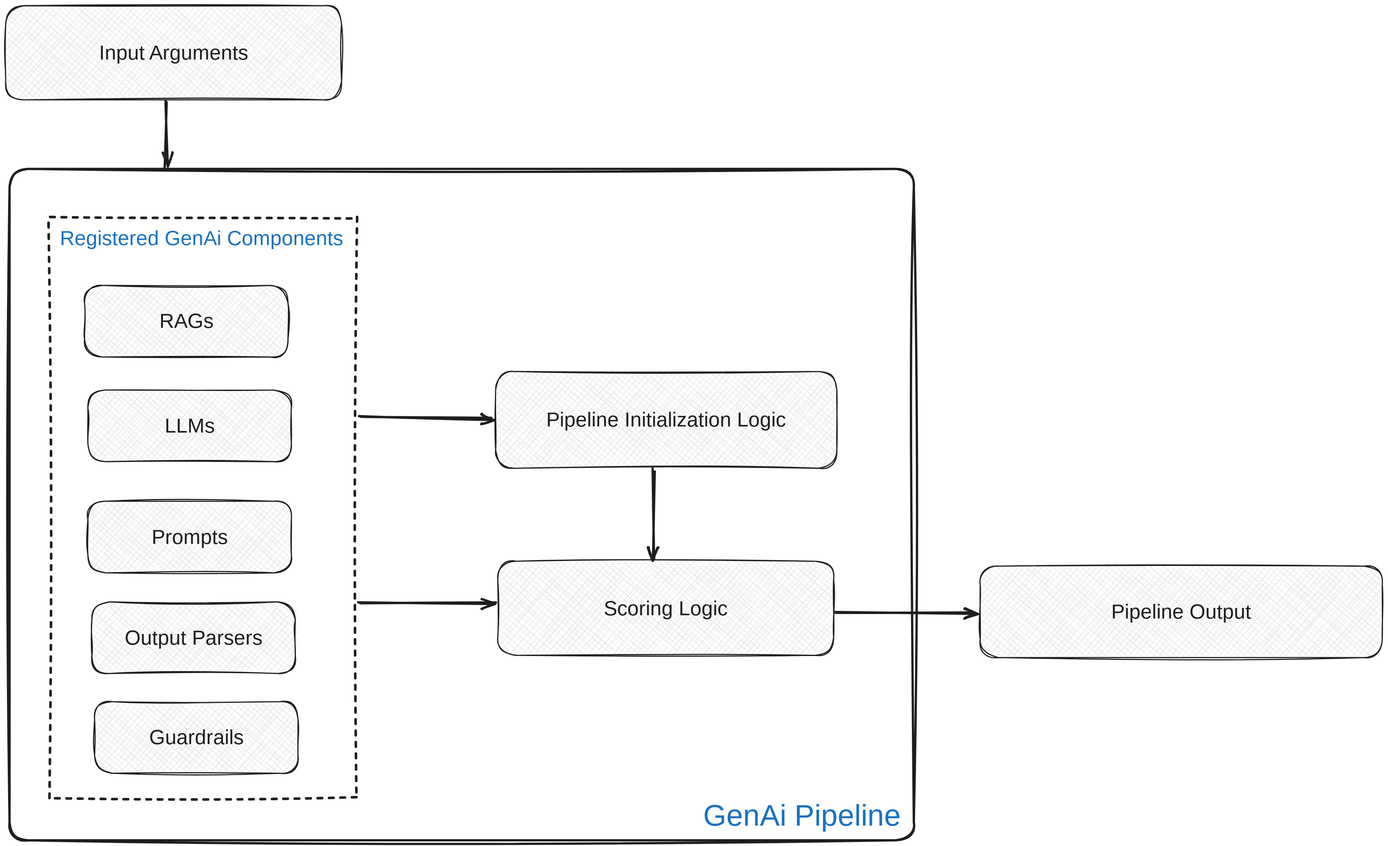
corridor/ggx-docs keeps this Excalidraw diagram as docs/register-and-refine/inventory-management/pipelines/pipeline-concept.excalidraw.svg. Above is the earlier version. Source tidied: one line per element, renumbered; positions are measured from the earlier drawing's top-left corner, leaving out a move shared by most shapes. Its diagram source:
```json
{"id": 0, "type": "rectangle", "strokeColor": "#1e1e1e", "backgroundColor": "#e9ecef", "fillStyle": "cross-hatch", "strokeWidth": 2, "roughness": 2, "round": true, "x": 138, "y": 490, "width": 356, "height": 125}
{"id": 1, "type": "text", "text": "RAGs", "strokeColor": "#1e1e1e", "backgroundColor": "#ffc9c9", "fillStyle": "solid", "strokeWidth": 2, "roughness": 2, "fontSize": 36, "fontFamily": 6, "textAlign": "center", "verticalAlign": "middle", "inside": 0, "x": 270, "y": 528, "width": 93, "height": 49}
{"id": 2, "type": "rectangle", "strokeColor": "#1e1e1e", "backgroundColor": "#e9ecef", "fillStyle": "cross-hatch", "strokeWidth": 2, "roughness": 2, "round": true, "x": 144, "y": 673, "width": 356, "height": 125}
{"id": 3, "type": "text", "text": "LLMs", "strokeColor": "#1e1e1e", "backgroundColor": "#ffc9c9", "fillStyle": "solid", "strokeWidth": 2, "roughness": 2, "fontSize": 36, "fontFamily": 6, "textAlign": "center", "verticalAlign": "middle", "inside": 2, "x": 278, "y": 712, "width": 88, "height": 49}
{"id": 4, "type": "rectangle", "strokeColor": "#1e1e1e", "backgroundColor": "#e9ecef", "fillStyle": "cross-hatch", "strokeWidth": 2, "roughness": 2, "round": true, "x": 144, "y": 868, "width": 356, "height": 125}
{"id": 5, "type": "text", "text": "Prompts", "strokeColor": "#1e1e1e", "backgroundColor": "#ffc9c9", "fillStyle": "solid", "strokeWidth": 2, "roughness": 2, "fontSize": 36, "fontFamily": 6, "textAlign": "center", "verticalAlign": "middle", "inside": 4, "x": 253, "y": 907, "width": 138, "height": 49}
{"id": 6, "type": "rectangle", "strokeColor": "#1e1e1e", "backgroundColor": "#e9ecef", "fillStyle": "cross-hatch", "strokeWidth": 2, "roughness": 2, "round": true, "x": 859, "y": 641, "width": 598, "height": 170}
{"id": 7, "type": "text", "text": "Pipeline Initialization Logic", "strokeColor": "#1e1e1e", "backgroundColor": "#ffc9c9", "fillStyle": "solid", "strokeWidth": 2, "roughness": 2, "fontSize": 36, "fontFamily": 6, "textAlign": "center", "verticalAlign": "middle", "inside": 6, "x": 941, "y": 701, "width": 433, "height": 49}
{"id": 8, "type": "rectangle", "strokeColor": "#1e1e1e", "backgroundColor": "#e9ecef", "fillStyle": "cross-hatch", "strokeWidth": 2, "roughness": 2, "round": true, "x": 862, "y": 973, "width": 589, "height": 165}
{"id": 9, "type": "text", "text": "Scoring Logic", "strokeColor": "#1e1e1e", "backgroundColor": "#ffc9c9", "fillStyle": "solid", "strokeWidth": 2, "roughness": 2, "fontSize": 36, "fontFamily": 6, "textAlign": "center", "verticalAlign": "middle", "inside": 8, "x": 1048, "y": 1031, "width": 218, "height": 49}
{"id": 10, "type": "rectangle", "strokeColor": "#1e1e1e", "backgroundColor": "#e9ecef", "fillStyle": "cross-hatch", "strokeWidth": 2, "roughness": 2, "round": true, "x": 1708, "y": 982, "width": 705, "height": 160}
{"id": 11, "type": "text", "text": "Pipeline Output", "strokeColor": "#1e1e1e", "backgroundColor": "#ffc9c9", "fillStyle": "solid", "strokeWidth": 2, "roughness": 2, "fontSize": 36, "fontFamily": 6, "textAlign": "center", "verticalAlign": "middle", "inside": 10, "x": 1936, "y": 1038, "width": 249, "height": 49}
{"id": 12, "type": "rectangle", "strokeColor": "#1e1e1e", "backgroundColor": "#e9ecef", "fillStyle": "cross-hatch", "strokeWidth": 2, "roughness": 2, "round": true, "x": 151, "y": 1045, "width": 356, "height": 125}
{"id": 13, "type": "text", "text": "Output Parsers", "strokeColor": "#1e1e1e", "backgroundColor": "#ffc9c9", "fillStyle": "solid", "strokeWidth": 2, "roughness": 2, "fontSize": 36, "fontFamily": 6, "textAlign": "center", "verticalAlign": "middle", "inside": 12, "x": 206, "y": 1083, "width": 246, "height": 49}
{"id": 14, "type": "rectangle", "strokeColor": "#1e1e1e", "backgroundColor": "#e9ecef", "fillStyle": "cross-hatch", "strokeWidth": 2, "roughness": 2, "round": true, "x": 156, "y": 1219, "width": 356, "height": 125}
{"id": 15, "type": "text", "text": "Guardrails", "strokeColor": "#1e1e1e", "backgroundColor": "#ffc9c9", "fillStyle": "solid", "strokeWidth": 2, "roughness": 2, "fontSize": 36, "fontFamily": 6, "textAlign": "center", "verticalAlign": "middle", "inside": 14, "x": 250, "y": 1258, "width": 169, "height": 49}
{"id": 16, "type": "rectangle", "strokeColor": "#1e1e1e", "strokeWidth": 4, "strokeStyle": "dashed", "roughness": 2, "x": 76, "y": 372, "width": 538, "height": 1016}
{"id": 17, "type": "text", "text": "Registered GenAi Components", "strokeColor": "#1971c2", "strokeWidth": 4, "roughness": 2, "fontSize": 36, "fontFamily": 6, "textAlign": "center", "x": 100, "y": 383, "width": 487, "height": 49}
{"id": 18, "type": "rectangle", "strokeColor": "#1e1e1e", "backgroundColor": "#e9ecef", "fillStyle": "cross-hatch", "strokeWidth": 2, "roughness": 2, "round": true, "x": 0, "y": 0, "width": 589, "height": 165}
{"id": 19, "type": "text", "text": "Input Arguments", "strokeColor": "#1e1e1e", "backgroundColor": "#ffc9c9", "fillStyle": "solid", "strokeWidth": 2, "roughness": 2, "fontSize": 36, "fontFamily": 6, "textAlign": "center", "verticalAlign": "middle", "inside": 18, "x": 156, "y": 58, "width": 276, "height": 49}
{"id": 20, "type": "rectangle", "strokeColor": "#1e1e1e", "strokeWidth": 4, "roughness": 2, "round": true, "x": 7, "y": 286, "width": 1585, "height": 1176}
{"id": 21, "type": "arrow", "strokeColor": "#1e1e1e", "strokeWidth": 4, "roughness": 2, "endArrowhead": "arrow", "round": true, "from": 8, "to": 10, "x": 1453, "y": 1062, "width": 247, "height": 3, "points": [[0, 0], [247, 3]]}
{"id": 22, "type": "arrow", "strokeColor": "#1e1e1e", "strokeWidth": 4, "roughness": 2, "endArrowhead": "arrow", "round": true, "from": 6, "to": 8, "x": 1136, "y": 812, "width": 0, "height": 160, "points": [[0, 0], [0, 160]]}
{"id": 23, "type": "arrow", "strokeColor": "#1e1e1e", "strokeWidth": 4, "roughness": 2, "endArrowhead": "arrow", "round": true, "from": 16, "to": 8, "x": 622, "y": 1045, "width": 237, "height": 1, "points": [[0, 0], [237, 1]]}
{"id": 24, "type": "text", "text": "  GenAi Pipeline ", "strokeColor": "#1971c2", "strokeWidth": 4, "roughness": 2, "fontSize": 51.91, "fontFamily": 6, "textAlign": "center", "x": 906, "y": 1384, "width": 965, "height": 70}
{"id": 25, "type": "arrow", "strokeColor": "#1e1e1e", "strokeWidth": 4, "roughness": 2, "endArrowhead": "arrow", "round": true, "from": 16, "to": 6, "x": 622, "y": 717, "width": 232, "height": 5, "points": [[0, 0], [232, 5]]}
{"id": 26, "type": "arrow", "strokeColor": "#1e1e1e", "strokeWidth": 4, "roughness": 2, "endArrowhead": "arrow", "round": true, "from": 18, "to": 20, "x": 279, "y": 168, "width": 1, "height": 115, "points": [[0, 0], [1, 115]]}
```
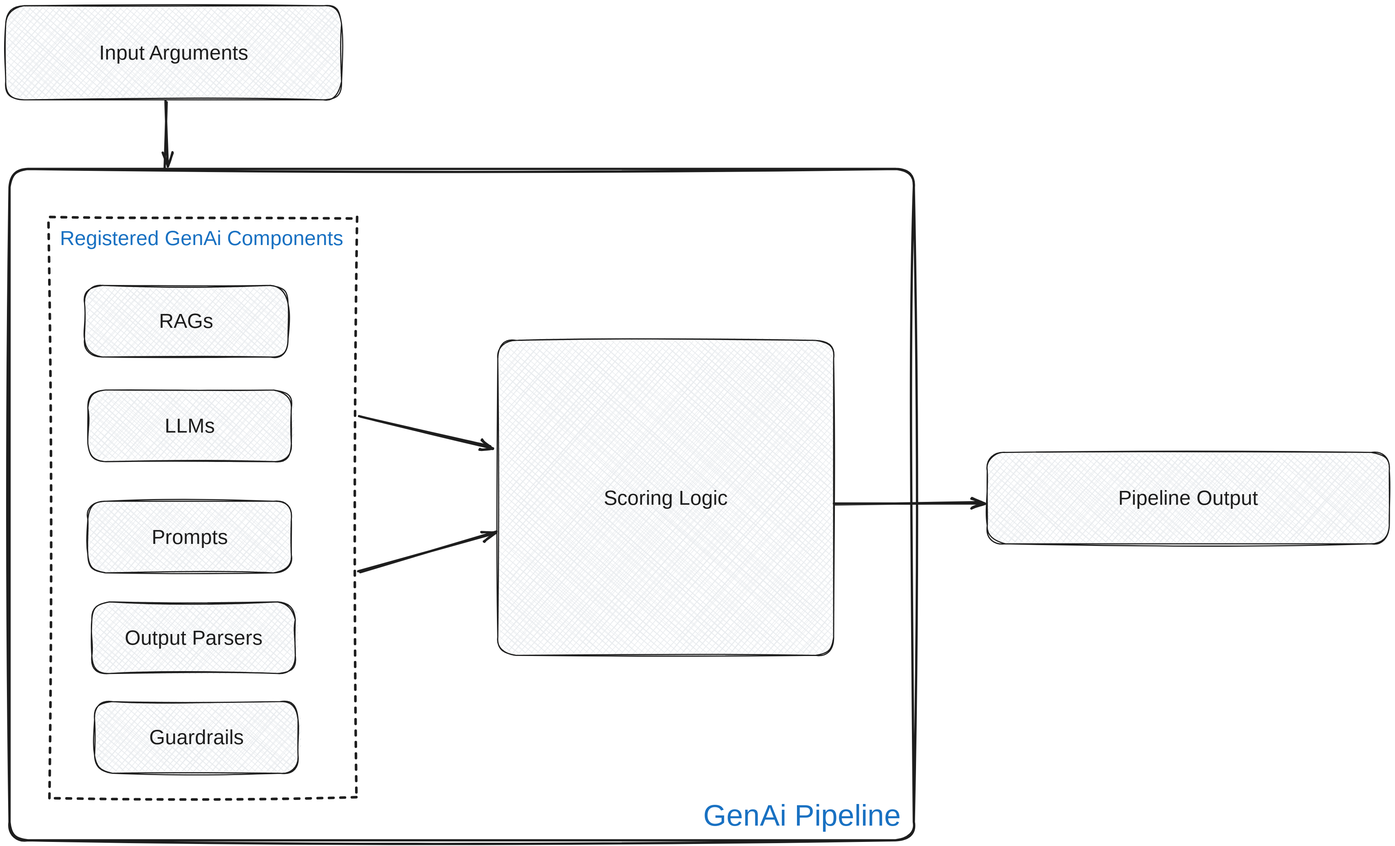
The same file after the commit.

The edit, as a diff of the source:
```diff
@@ -4,12 +4,10 @@
 {"id": 3, "type": "text", "text": "LLMs", "strokeColor": "#1e1e1e", "backgroundColor": "#ffc9c9", "fillStyle": "solid", "strokeWidth": 2, "roughness": 2, "fontSize": 36, "fontFamily": 6, "textAlign": "center", "verticalAlign": "middle", "inside": 2, "x": 278, "y": 712, "width": 88, "height": 49}
 {"id": 4, "type": "rectangle", "strokeColor": "#1e1e1e", "backgroundColor": "#e9ecef", "fillStyle": "cross-hatch", "strokeWidth": 2, "roughness": 2, "round": true, "x": 144, "y": 868, "width": 356, "height": 125}
 {"id": 5, "type": "text", "text": "Prompts", "strokeColor": "#1e1e1e", "backgroundColor": "#ffc9c9", "fillStyle": "solid", "strokeWidth": 2, "roughness": 2, "fontSize": 36, "fontFamily": 6, "textAlign": "center", "verticalAlign": "middle", "inside": 4, "x": 253, "y": 907, "width": 138, "height": 49}
-{"id": 6, "type": "rectangle", "strokeColor": "#1e1e1e", "backgroundColor": "#e9ecef", "fillStyle": "cross-hatch", "strokeWidth": 2, "roughness": 2, "round": true, "x": 859, "y": 641, "width": 598, "height": 170}
-{"id": 7, "type": "text", "text": "Pipeline Initialization Logic", "strokeColor": "#1e1e1e", "backgroundColor": "#ffc9c9", "fillStyle": "solid", "strokeWidth": 2, "roughness": 2, "fontSize": 36, "fontFamily": 6, "textAlign": "center", "verticalAlign": "middle", "inside": 6, "x": 941, "y": 701, "width": 433, "height": 49}
-{"id": 8, "type": "rectangle", "strokeColor": "#1e1e1e", "backgroundColor": "#e9ecef", "fillStyle": "cross-hatch", "strokeWidth": 2, "roughness": 2, "round": true, "x": 862, "y": 973, "width": 589, "height": 165}
+{"id": 8, "type": "rectangle", "strokeColor": "#1e1e1e", "backgroundColor": "#e9ecef", "fillStyle": "cross-hatch", "strokeWidth": 2, "roughness": 2, "round": true, "x": 862, "y": 586, "width": 589, "height": 552}
-{"id": 9, "type": "text", "text": "Scoring Logic", "strokeColor": "#1e1e1e", "backgroundColor": "#ffc9c9", "fillStyle": "solid", "strokeWidth": 2, "roughness": 2, "fontSize": 36, "fontFamily": 6, "textAlign": "center", "verticalAlign": "middle", "inside": 8, "x": 1048, "y": 1031, "width": 218, "height": 49}
+{"id": 9, "type": "text", "text": "Scoring Logic", "strokeColor": "#1e1e1e", "backgroundColor": "#ffc9c9", "fillStyle": "solid", "strokeWidth": 2, "roughness": 2, "fontSize": 36, "fontFamily": 6, "textAlign": "center", "verticalAlign": "middle", "inside": 8, "x": 1048, "y": 838, "width": 218, "height": 49}
-{"id": 10, "type": "rectangle", "strokeColor": "#1e1e1e", "backgroundColor": "#e9ecef", "fillStyle": "cross-hatch", "strokeWidth": 2, "roughness": 2, "round": true, "x": 1708, "y": 982, "width": 705, "height": 160}
+{"id": 10, "type": "rectangle", "strokeColor": "#1e1e1e", "backgroundColor": "#e9ecef", "fillStyle": "cross-hatch", "strokeWidth": 2, "roughness": 2, "round": true, "x": 1720, "y": 783, "width": 705, "height": 160}
-{"id": 11, "type": "text", "text": "Pipeline Output", "strokeColor": "#1e1e1e", "backgroundColor": "#ffc9c9", "fillStyle": "solid", "strokeWidth": 2, "roughness": 2, "fontSize": 36, "fontFamily": 6, "textAlign": "center", "verticalAlign": "middle", "inside": 10, "x": 1936, "y": 1038, "width": 249, "height": 49}
+{"id": 11, "type": "text", "text": "Pipeline Output", "strokeColor": "#1e1e1e", "backgroundColor": "#ffc9c9", "fillStyle": "solid", "strokeWidth": 2, "roughness": 2, "fontSize": 36, "fontFamily": 6, "textAlign": "center", "verticalAlign": "middle", "inside": 10, "x": 1948, "y": 838, "width": 249, "height": 49}
 {"id": 12, "type": "rectangle", "strokeColor": "#1e1e1e", "backgroundColor": "#e9ecef", "fillStyle": "cross-hatch", "strokeWidth": 2, "roughness": 2, "round": true, "x": 151, "y": 1045, "width": 356, "height": 125}
 {"id": 13, "type": "text", "text": "Output Parsers", "strokeColor": "#1e1e1e", "backgroundColor": "#ffc9c9", "fillStyle": "solid", "strokeWidth": 2, "roughness": 2, "fontSize": 36, "fontFamily": 6, "textAlign": "center", "verticalAlign": "middle", "inside": 12, "x": 206, "y": 1083, "width": 246, "height": 49}
 {"id": 14, "type": "rectangle", "strokeColor": "#1e1e1e", "backgroundColor": "#e9ecef", "fillStyle": "cross-hatch", "strokeWidth": 2, "roughness": 2, "round": true, "x": 156, "y": 1219, "width": 356, "height": 125}
@@ -19,9 +17,8 @@
 {"id": 18, "type": "rectangle", "strokeColor": "#1e1e1e", "backgroundColor": "#e9ecef", "fillStyle": "cross-hatch", "strokeWidth": 2, "roughness": 2, "round": true, "x": 0, "y": 0, "width": 589, "height": 165}
 {"id": 19, "type": "text", "text": "Input Arguments", "strokeColor": "#1e1e1e", "backgroundColor": "#ffc9c9", "fillStyle": "solid", "strokeWidth": 2, "roughness": 2, "fontSize": 36, "fontFamily": 6, "textAlign": "center", "verticalAlign": "middle", "inside": 18, "x": 156, "y": 58, "width": 276, "height": 49}
 {"id": 20, "type": "rectangle", "strokeColor": "#1e1e1e", "strokeWidth": 4, "roughness": 2, "round": true, "x": 7, "y": 286, "width": 1585, "height": 1176}
-{"id": 21, "type": "arrow", "strokeColor": "#1e1e1e", "strokeWidth": 4, "roughness": 2, "endArrowhead": "arrow", "round": true, "from": 8, "to": 10, "x": 1453, "y": 1062, "width": 247, "height": 3, "points": [[0, 0], [247, 3]]}
+{"id": 21, "type": "arrow", "strokeColor": "#1e1e1e", "strokeWidth": 4, "roughness": 2, "endArrowhead": "arrow", "round": true, "from": 8, "to": 10, "x": 1452, "y": 872, "width": 259, "height": 0, "points": [[0, 0], [259, 0]]}
-{"id": 22, "type": "arrow", "strokeColor": "#1e1e1e", "strokeWidth": 4, "roughness": 2, "endArrowhead": "arrow", "round": true, "from": 6, "to": 8, "x": 1136, "y": 812, "width": 0, "height": 160, "points": [[0, 0], [0, 160]]}
-{"id": 23, "type": "arrow", "strokeColor": "#1e1e1e", "strokeWidth": 4, "roughness": 2, "endArrowhead": "arrow", "round": true, "from": 16, "to": 8, "x": 622, "y": 1045, "width": 237, "height": 1, "points": [[0, 0], [237, 1]]}
+{"id": 23, "type": "arrow", "strokeColor": "#1e1e1e", "strokeWidth": 4, "roughness": 2, "endArrowhead": "arrow", "round": true, "from": 16, "to": 8, "x": 622, "y": 991, "width": 238, "height": 68, "points": [[0, 0], [238, -68]]}
 {"id": 24, "type": "text", "text": "  GenAi Pipeline ", "strokeColor": "#1971c2", "strokeWidth": 4, "roughness": 2, "fontSize": 51.91, "fontFamily": 6, "textAlign": "center", "x": 906, "y": 1384, "width": 965, "height": 70}
-{"id": 25, "type": "arrow", "strokeColor": "#1e1e1e", "strokeWidth": 4, "roughness": 2, "endArrowhead": "arrow", "round": true, "from": 16, "to": 6, "x": 622, "y": 717, "width": 232, "height": 5, "points": [[0, 0], [232, 5]]}
+{"id": 25, "type": "arrow", "strokeColor": "#1e1e1e", "strokeWidth": 4, "roughness": 2, "endArrowhead": "arrow", "round": true, "from": 16, "to": 8, "x": 622, "y": 717, "width": 230, "height": 54, "points": [[0, 0], [230, 54]]}
 {"id": 26, "type": "arrow", "strokeColor": "#1e1e1e", "strokeWidth": 4, "roughness": 2, "endArrowhead": "arrow", "round": true, "from": 18, "to": 20, "x": 279, "y": 168, "width": 1, "height": 115, "points": [[0, 0], [1, 115]]}
```
